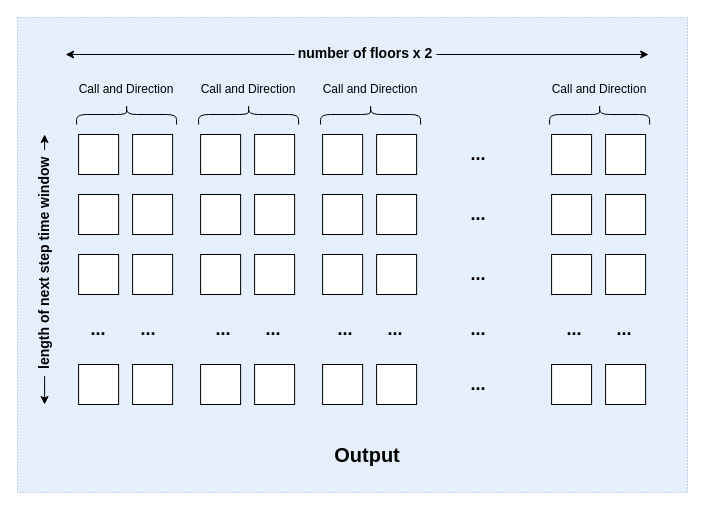
The draw.io diagram page "第 2 页" (2 of 2) of input.drawio in yeeislazy/TCN_based_predictive_idle_elevator_reposition_system, before the edit. Source tidied: cells renumbered, new cells numbered last; positions are measured from the earlier drawing's top-left corner, leaving out a move shared by most shapes. Both pictures are drawn from the tidied source at 100%, with x=0, y=0 at pixel (-70, 17).
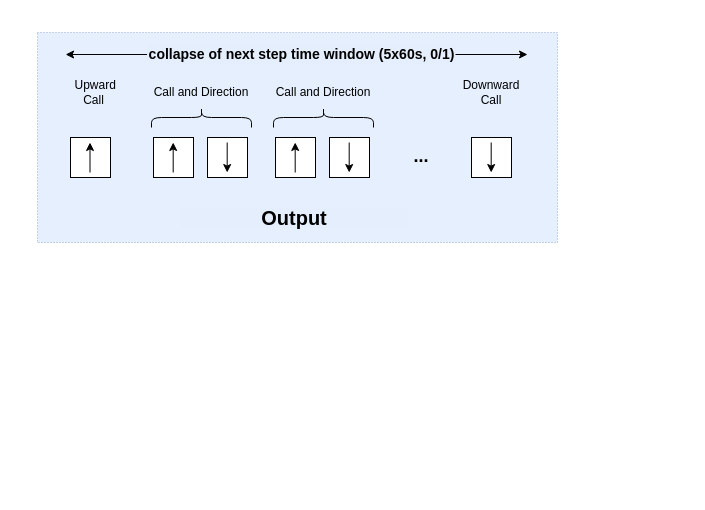
The same page after the edit.

The edit, as a diff of the source:
```diff
@@
     <mxCell id="2" style="rounded=0;whiteSpace=wrap;html=1;fillColor=#dae8fc;strokeColor=#6c8ebf;dashed=1;dashPattern=1 2;opacity=70;" parent="1" vertex="1">
-      <mxGeometry x="87" width="670" height="475" as="geometry" />
+      <mxGeometry x="107" y="15" width="520" height="210" as="geometry" />
     </mxCell>
-    <mxCell id="3" style="whiteSpace=wrap;html=1;" parent="1" vertex="1">
-      <mxGeometry x="148.1" y="117" width="40" height="40" as="geometry" />
-    </mxCell>
-    <mxCell id="4" style="whiteSpace=wrap;html=1;" parent="1" vertex="1">
-      <mxGeometry x="202.1" y="117" width="40" height="40" as="geometry" />
-    </mxCell>
-    <mxCell id="5" style="shape=curlyBracket;whiteSpace=wrap;html=1;rounded=1;labelPosition=left;verticalLabelPosition=middle;align=right;verticalAlign=middle;rotation=90;" parent="1" vertex="1">
-      <mxGeometry x="186.1" y="47" width="20" height="100" as="geometry" />
-    </mxCell>
-    <mxCell id="6" value="Call and Direction" style="text;html=1;whiteSpace=wrap;strokeColor=none;fillColor=none;align=center;verticalAlign=middle;rounded=0;" parent="1" vertex="1">
-      <mxGeometry x="135.1" y="57" width="122" height="30" as="geometry" />
-    </mxCell>
-    <mxCell id="7" style="whiteSpace=wrap;html=1;" parent="1" vertex="1">
-      <mxGeometry x="270.1" y="117" width="40" height="40" as="geometry" />
-    </mxCell>
-    <mxCell id="8" style="whiteSpace=wrap;html=1;" parent="1" vertex="1">
-      <mxGeometry x="324.1" y="117" width="40" height="40" as="geometry" />
-    </mxCell>
-    <mxCell id="9" style="shape=curlyBracket;whiteSpace=wrap;html=1;rounded=1;labelPosition=left;verticalLabelPosition=middle;align=right;verticalAlign=middle;rotation=90;" parent="1" vertex="1">
-      <mxGeometry x="308.1" y="47" width="20" height="100" as="geometry" />
-    </mxCell>
-    <mxCell id="10" value="Call and Direction" style="text;html=1;whiteSpace=wrap;strokeColor=none;fillColor=none;align=center;verticalAlign=middle;rounded=0;" parent="1" vertex="1">
-      <mxGeometry x="257.1" y="57" width="122" height="30" as="geometry" />
-    </mxCell>
-    <mxCell id="11" value="&lt;font style=&quot;font-size: 18px;&quot;&gt;...&lt;/font&gt;" style="text;html=1;whiteSpace=wrap;strokeColor=none;fillColor=none;align=center;verticalAlign=middle;rounded=0;fontStyle=1;" parent="1" vertex="1">
-      <mxGeometry x="518.1" y="122" width="60" height="30" as="geometry" />
-    </mxCell>
-    <mxCell id="12" style="whiteSpace=wrap;html=1;" parent="1" vertex="1">
-      <mxGeometry x="621.1" y="117" width="40" height="40" as="geometry" />
-    </mxCell>
-    <mxCell id="13" style="whiteSpace=wrap;html=1;" parent="1" vertex="1">
-      <mxGeometry x="675.1" y="117" width="40" height="40" as="geometry" />
-    </mxCell>
-    <mxCell id="14" style="shape=curlyBracket;whiteSpace=wrap;html=1;rounded=1;labelPosition=left;verticalLabelPosition=middle;align=right;verticalAlign=middle;rotation=90;" parent="1" vertex="1">
-      <mxGeometry x="659.1" y="47" width="20" height="100" as="geometry" />
-    </mxCell>
-    <mxCell id="15" value="Call and Direction" style="text;html=1;whiteSpace=wrap;strokeColor=none;fillColor=none;align=center;verticalAlign=middle;rounded=0;" parent="1" vertex="1">
-      <mxGeometry x="608.1" y="57" width="122" height="30" as="geometry" />
-    </mxCell>
     <mxCell id="16" style="endArrow=classic;startArrow=classic;html=1;rounded=0;exitX=0;exitY=0;exitDx=0;exitDy=0;" parent="1" edge="1">
       <mxGeometry relative="1" as="geometry">
         <mxPoint x="135.1" y="37" as="sourcePoint" />
-        <mxPoint x="718.1" y="37" as="targetPoint" />
+        <mxPoint x="597" y="37" as="targetPoint" />
       </mxGeometry>
     </mxCell>
-    <mxCell id="17" style="whiteSpace=wrap;html=1;" parent="1" vertex="1">
-      <mxGeometry x="392.1" y="117" width="40" height="40" as="geometry" />
-    </mxCell>
-    <mxCell id="18" style="whiteSpace=wrap;html=1;" parent="1" vertex="1">
-      <mxGeometry x="446.1" y="117" width="40" height="40" as="geometry" />
-    </mxCell>
-    <mxCell id="19" style="shape=curlyBracket;whiteSpace=wrap;html=1;rounded=1;labelPosition=left;verticalLabelPosition=middle;align=right;verticalAlign=middle;rotation=90;" parent="1" vertex="1">
-      <mxGeometry x="430.1" y="47" width="20" height="100" as="geometry" />
-    </mxCell>
-    <mxCell id="20" value="Call and Direction" style="text;html=1;whiteSpace=wrap;strokeColor=none;fillColor=none;align=center;verticalAlign=middle;rounded=0;" parent="1" vertex="1">
-      <mxGeometry x="379.1" y="57" width="122" height="30" as="geometry" />
-    </mxCell>
-    <mxCell id="21" style="whiteSpace=wrap;html=1;" parent="1" vertex="1">
-      <mxGeometry x="148.1" y="177" width="40" height="40" as="geometry" />
-    </mxCell>
-    <mxCell id="22" style="whiteSpace=wrap;html=1;" parent="1" vertex="1">
-      <mxGeometry x="202.1" y="177" width="40" height="40" as="geometry" />
-    </mxCell>
-    <mxCell id="23" style="whiteSpace=wrap;html=1;" parent="1" vertex="1">
-      <mxGeometry x="270.1" y="177" width="40" height="40" as="geometry" />
-    </mxCell>
-    <mxCell id="24" style="whiteSpace=wrap;html=1;" parent="1" vertex="1">
-      <mxGeometry x="324.1" y="177" width="40" height="40" as="geometry" />
-    </mxCell>
-    <mxCell id="25" value="&lt;font style=&quot;font-size: 18px;&quot;&gt;...&lt;/font&gt;" style="text;html=1;whiteSpace=wrap;strokeColor=none;fillColor=none;align=center;verticalAlign=middle;rounded=0;fontStyle=1;" parent="1" vertex="1">
-      <mxGeometry x="518.1" y="182" width="60" height="30" as="geometry" />
-    </mxCell>
-    <mxCell id="26" style="whiteSpace=wrap;html=1;" parent="1" vertex="1">
-      <mxGeometry x="621.1" y="177" width="40" height="40" as="geometry" />
-    </mxCell>
-    <mxCell id="27" style="whiteSpace=wrap;html=1;" parent="1" vertex="1">
-      <mxGeometry x="675.1" y="177" width="40" height="40" as="geometry" />
-    </mxCell>
-    <mxCell id="28" style="whiteSpace=wrap;html=1;" parent="1" vertex="1">
-      <mxGeometry x="392.1" y="177" width="40" height="40" as="geometry" />
-    </mxCell>
-    <mxCell id="29" style="whiteSpace=wrap;html=1;" parent="1" vertex="1">
-      <mxGeometry x="446.1" y="177" width="40" height="40" as="geometry" />
-    </mxCell>
-    <mxCell id="30" style="whiteSpace=wrap;html=1;" parent="1" vertex="1">
-      <mxGeometry x="148.1" y="237" width="40" height="40" as="geometry" />
-    </mxCell>
-    <mxCell id="31" style="whiteSpace=wrap;html=1;" parent="1" vertex="1">
-      <mxGeometry x="202.1" y="237" width="40" height="40" as="geometry" />
-    </mxCell>
-    <mxCell id="32" style="whiteSpace=wrap;html=1;" parent="1" vertex="1">
-      <mxGeometry x="270.1" y="237" width="40" height="40" as="geometry" />
-    </mxCell>
-    <mxCell id="33" style="whiteSpace=wrap;html=1;" parent="1" vertex="1">
-      <mxGeometry x="324.1" y="237" width="40" height="40" as="geometry" />
-    </mxCell>
-    <mxCell id="34" value="&lt;font style=&quot;font-size: 18px;&quot;&gt;...&lt;/font&gt;" style="text;html=1;whiteSpace=wrap;strokeColor=none;fillColor=none;align=center;verticalAlign=middle;rounded=0;fontStyle=1;" parent="1" vertex="1">
-      <mxGeometry x="518.1" y="242" width="60" height="30" as="geometry" />
-    </mxCell>
-    <mxCell id="35" style="whiteSpace=wrap;html=1;" parent="1" vertex="1">
-      <mxGeometry x="621.1" y="237" width="40" height="40" as="geometry" />
-    </mxCell>
-    <mxCell id="36" style="whiteSpace=wrap;html=1;" parent="1" vertex="1">
-      <mxGeometry x="675.1" y="237" width="40" height="40" as="geometry" />
-    </mxCell>
-    <mxCell id="37" style="whiteSpace=wrap;html=1;" parent="1" vertex="1">
-      <mxGeometry x="392.1" y="237" width="40" height="40" as="geometry" />
-    </mxCell>
-    <mxCell id="38" style="whiteSpace=wrap;html=1;" parent="1" vertex="1">
-      <mxGeometry x="446.1" y="237" width="40" height="40" as="geometry" />
-    </mxCell>
-    <mxCell id="39" value="&lt;font style=&quot;font-size: 18px;&quot;&gt;...&lt;/font&gt;" style="text;html=1;whiteSpace=wrap;strokeColor=none;fillColor=none;align=center;verticalAlign=middle;rounded=0;fontStyle=1;" parent="1" vertex="1">
-      <mxGeometry x="138.1" y="297" width="60" height="30" as="geometry" />
-    </mxCell>
-    <mxCell id="40" value="&lt;font style=&quot;font-size: 18px;&quot;&gt;...&lt;/font&gt;" style="text;html=1;whiteSpace=wrap;strokeColor=none;fillColor=none;align=center;verticalAlign=middle;rounded=0;fontStyle=1;" parent="1" vertex="1">
-      <mxGeometry x="188.1" y="297" width="60" height="30" as="geometry" />
-    </mxCell>
-    <mxCell id="41" value="&lt;font style=&quot;font-size: 18px;&quot;&gt;...&lt;/font&gt;" style="text;html=1;whiteSpace=wrap;strokeColor=none;fillColor=none;align=center;verticalAlign=middle;rounded=0;fontStyle=1;" parent="1" vertex="1">
-      <mxGeometry x="263.1" y="297" width="60" height="30" as="geometry" />
-    </mxCell>
-    <mxCell id="42" value="&lt;font style=&quot;font-size: 18px;&quot;&gt;...&lt;/font&gt;" style="text;html=1;whiteSpace=wrap;strokeColor=none;fillColor=none;align=center;verticalAlign=middle;rounded=0;fontStyle=1;" parent="1" vertex="1">
-      <mxGeometry x="313.1" y="297" width="60" height="30" as="geometry" />
-    </mxCell>
-    <mxCell id="43" value="&lt;font style=&quot;font-size: 18px;&quot;&gt;...&lt;/font&gt;" style="text;html=1;whiteSpace=wrap;strokeColor=none;fillColor=none;align=center;verticalAlign=middle;rounded=0;fontStyle=1;" parent="1" vertex="1">
-      <mxGeometry x="385.1" y="297" width="60" height="30" as="geometry" />
-    </mxCell>
-    <mxCell id="44" value="&lt;font style=&quot;font-size: 18px;&quot;&gt;...&lt;/font&gt;" style="text;html=1;whiteSpace=wrap;strokeColor=none;fillColor=none;align=center;verticalAlign=middle;rounded=0;fontStyle=1;" parent="1" vertex="1">
-      <mxGeometry x="435.1" y="297" width="60" height="30" as="geometry" />
-    </mxCell>
-    <mxCell id="45" value="&lt;font style=&quot;font-size: 18px;&quot;&gt;...&lt;/font&gt;" style="text;html=1;whiteSpace=wrap;strokeColor=none;fillColor=none;align=center;verticalAlign=middle;rounded=0;fontStyle=1;" parent="1" vertex="1">
-      <mxGeometry x="614.1" y="297" width="60" height="30" as="geometry" />
-    </mxCell>
-    <mxCell id="46" value="&lt;font style=&quot;font-size: 18px;&quot;&gt;...&lt;/font&gt;" style="text;html=1;whiteSpace=wrap;strokeColor=none;fillColor=none;align=center;verticalAlign=middle;rounded=0;fontStyle=1;" parent="1" vertex="1">
-      <mxGeometry x="664.1" y="297" width="60" height="30" as="geometry" />
-    </mxCell>
-    <mxCell id="47" value="&lt;font style=&quot;font-size: 18px;&quot;&gt;...&lt;/font&gt;" style="text;html=1;whiteSpace=wrap;strokeColor=none;fillColor=none;align=center;verticalAlign=middle;rounded=0;fontStyle=1;" parent="1" vertex="1">
-      <mxGeometry x="518.1" y="297" width="60" height="30" as="geometry" />
-    </mxCell>
-    <mxCell id="48" style="whiteSpace=wrap;html=1;" parent="1" vertex="1">
-      <mxGeometry x="148.1" y="347" width="40" height="40" as="geometry" />
-    </mxCell>
-    <mxCell id="49" style="whiteSpace=wrap;html=1;" parent="1" vertex="1">
-      <mxGeometry x="202.1" y="347" width="40" height="40" as="geometry" />
-    </mxCell>
-    <mxCell id="50" style="whiteSpace=wrap;html=1;" parent="1" vertex="1">
-      <mxGeometry x="270.1" y="347" width="40" height="40" as="geometry" />
-    </mxCell>
-    <mxCell id="51" style="whiteSpace=wrap;html=1;" parent="1" vertex="1">
-      <mxGeometry x="324.1" y="347" width="40" height="40" as="geometry" />
-    </mxCell>
-    <mxCell id="52" value="&lt;font style=&quot;font-size: 18px;&quot;&gt;...&lt;/font&gt;" style="text;html=1;whiteSpace=wrap;strokeColor=none;fillColor=none;align=center;verticalAlign=middle;rounded=0;fontStyle=1;" parent="1" vertex="1">
-      <mxGeometry x="518.1" y="352" width="60" height="30" as="geometry" />
-    </mxCell>
-    <mxCell id="53" style="whiteSpace=wrap;html=1;" parent="1" vertex="1">
-      <mxGeometry x="621.1" y="347" width="40" height="40" as="geometry" />
-    </mxCell>
-    <mxCell id="54" style="whiteSpace=wrap;html=1;" parent="1" vertex="1">
-      <mxGeometry x="675.1" y="347" width="40" height="40" as="geometry" />
-    </mxCell>
-    <mxCell id="55" style="whiteSpace=wrap;html=1;" parent="1" vertex="1">
-      <mxGeometry x="392.1" y="347" width="40" height="40" as="geometry" />
-    </mxCell>
-    <mxCell id="56" style="whiteSpace=wrap;html=1;" parent="1" vertex="1">
-      <mxGeometry x="446.1" y="347" width="40" height="40" as="geometry" />
-    </mxCell>
-    <mxCell id="57" style="endArrow=classic;startArrow=classic;html=1;rounded=0;" parent="1" edge="1">
-      <mxGeometry relative="1" as="geometry">
-        <mxPoint x="114.1" y="117" as="sourcePoint" />
-        <mxPoint x="114.1" y="387" as="targetPoint" />
-      </mxGeometry>
-    </mxCell>
-    <mxCell id="58" value="&lt;b&gt;&lt;font style=&quot;font-size: 14px;&quot;&gt;number of floors x 2&lt;/font&gt;&lt;/b&gt;" style="rounded=0;whiteSpace=wrap;html=1;strokeColor=none;fillColor=light-dark(#e5eefc, #ededed);" parent="1" vertex="1">
-      <mxGeometry x="364.1" y="26" width="141.9" height="20" as="geometry" />
-    </mxCell>
-    <mxCell id="59" value="&lt;b&gt;&lt;font style=&quot;font-size: 14px;&quot;&gt;length of next step time window&lt;/font&gt;&lt;/b&gt;" style="rounded=0;whiteSpace=wrap;html=1;strokeColor=none;rotation=-90;fillColor=light-dark(#e5eefc, #ededed);" parent="1" vertex="1">
-      <mxGeometry x="0.1" y="235.6" width="226.1" height="20" as="geometry" />
-    </mxCell>
     <mxCell id="60" value="&lt;b&gt;&lt;font style=&quot;font-size: 20px;&quot;&gt;Output&lt;/font&gt;&lt;/b&gt;" style="rounded=0;whiteSpace=wrap;html=1;strokeColor=none;rotation=0;fillColor=light-dark(#e5eefc, #ededed);" parent="1" vertex="1">
-      <mxGeometry x="324.1" y="427" width="226.1" height="20" as="geometry" />
+      <mxGeometry x="250.9" y="190" width="226.1" height="20" as="geometry" />
     </mxCell>
+    <mxCell id="61" value="&lt;b&gt;&lt;font style=&quot;font-size: 14px;&quot;&gt;collapse of next step time window (5x60s, 0/1)&lt;/font&gt;&lt;/b&gt;" style="rounded=0;whiteSpace=wrap;html=1;strokeColor=none;rotation=0;fillColor=light-dark(#e5eefc, #ededed);" parent="1" vertex="1">
+      <mxGeometry x="216.5" y="26.5" width="308.5" height="20" as="geometry" />
+    </mxCell>
+    <mxCell id="62" style="group;" parent="1" vertex="1">
+      <mxGeometry x="137" y="60" width="454" height="100" as="geometry" />
+    </mxCell>
+    <mxCell id="63" style="whiteSpace=wrap;html=1;" parent="62" vertex="1">
+      <mxGeometry x="3" y="60" width="40" height="40" as="geometry" />
+    </mxCell>
+    <mxCell id="64" value="&amp;nbsp;Upward Call" style="text;html=1;whiteSpace=wrap;strokeColor=none;fillColor=none;align=center;verticalAlign=middle;rounded=0;" parent="62" vertex="1">
+      <mxGeometry width="53" height="30" as="geometry" />
+    </mxCell>
+    <mxCell id="65" style="whiteSpace=wrap;html=1;" parent="62" vertex="1">
+      <mxGeometry x="86" y="60" width="40" height="40" as="geometry" />
+    </mxCell>
+    <mxCell id="66" style="whiteSpace=wrap;html=1;" parent="62" vertex="1">
+      <mxGeometry x="140" y="60" width="40" height="40" as="geometry" />
+    </mxCell>
+    <mxCell id="67" style="shape=curlyBracket;whiteSpace=wrap;html=1;rounded=1;labelPosition=left;verticalLabelPosition=middle;align=right;verticalAlign=middle;rotation=90;" parent="62" vertex="1">
+      <mxGeometry x="124" y="-10" width="20" height="100" as="geometry" />
+    </mxCell>
+    <mxCell id="68" value="Call and Direction" style="text;html=1;whiteSpace=wrap;strokeColor=none;fillColor=none;align=center;verticalAlign=middle;rounded=0;" parent="62" vertex="1">
+      <mxGeometry x="73" width="122" height="30" as="geometry" />
+    </mxCell>
+    <mxCell id="69" value="&lt;font style=&quot;font-size: 18px;&quot;&gt;...&lt;/font&gt;" style="text;html=1;whiteSpace=wrap;strokeColor=none;fillColor=none;align=center;verticalAlign=middle;rounded=0;fontStyle=1;" parent="62" vertex="1">
+      <mxGeometry x="324" y="64" width="60" height="30" as="geometry" />
+    </mxCell>
+    <mxCell id="70" style="whiteSpace=wrap;html=1;" parent="62" vertex="1">
+      <mxGeometry x="404" y="60" width="40" height="40" as="geometry" />
+    </mxCell>
+    <mxCell id="71" value="Downward Call" style="text;html=1;whiteSpace=wrap;strokeColor=none;fillColor=none;align=center;verticalAlign=middle;rounded=0;" parent="62" vertex="1">
+      <mxGeometry x="394" width="60" height="30" as="geometry" />
+    </mxCell>
+    <mxCell id="72" style="whiteSpace=wrap;html=1;" parent="62" vertex="1">
+      <mxGeometry x="208" y="60" width="40" height="40" as="geometry" />
+    </mxCell>
+    <mxCell id="73" style="whiteSpace=wrap;html=1;" parent="62" vertex="1">
+      <mxGeometry x="262" y="60" width="40" height="40" as="geometry" />
+    </mxCell>
+    <mxCell id="74" style="shape=curlyBracket;whiteSpace=wrap;html=1;rounded=1;labelPosition=left;verticalLabelPosition=middle;align=right;verticalAlign=middle;rotation=90;" parent="62" vertex="1">
+      <mxGeometry x="246" y="-10" width="20" height="100" as="geometry" />
+    </mxCell>
+    <mxCell id="75" value="Call and Direction" style="text;html=1;whiteSpace=wrap;strokeColor=none;fillColor=none;align=center;verticalAlign=middle;rounded=0;" parent="62" vertex="1">
+      <mxGeometry x="195" width="122" height="30" as="geometry" />
+    </mxCell>
+    <mxCell id="76" style="endArrow=classic;html=1;rounded=0;" parent="62" edge="1">
+      <mxGeometry relative="1" as="geometry">
+        <mxPoint x="22.5" y="95" as="sourcePoint" />
+        <mxPoint x="22.5" y="65" as="targetPoint" />
+      </mxGeometry>
+    </mxCell>
+    <mxCell id="77" style="endArrow=classic;html=1;rounded=0;" parent="62" edge="1">
+      <mxGeometry relative="1" as="geometry">
+        <mxPoint x="105.7" y="95" as="sourcePoint" />
+        <mxPoint x="105.7" y="65" as="targetPoint" />
+      </mxGeometry>
+    </mxCell>
+    <mxCell id="78" style="endArrow=classic;html=1;rounded=0;" parent="62" edge="1">
+      <mxGeometry relative="1" as="geometry">
+        <mxPoint x="227.7" y="95" as="sourcePoint" />
+        <mxPoint x="227.7" y="65" as="targetPoint" />
+      </mxGeometry>
+    </mxCell>
+    <mxCell id="79" style="endArrow=classic;html=1;rounded=0;" parent="62" edge="1">
+      <mxGeometry relative="1" as="geometry">
+        <mxPoint x="159.7" y="65" as="sourcePoint" />
+        <mxPoint x="159.7" y="95" as="targetPoint" />
+      </mxGeometry>
+    </mxCell>
+    <mxCell id="80" style="endArrow=classic;html=1;rounded=0;" parent="62" edge="1">
+      <mxGeometry relative="1" as="geometry">
+        <mxPoint x="423.7" y="65" as="sourcePoint" />
+        <mxPoint x="423.7" y="95" as="targetPoint" />
+      </mxGeometry>
+    </mxCell>
+    <mxCell id="81" style="endArrow=classic;html=1;rounded=0;" parent="62" edge="1">
+      <mxGeometry relative="1" as="geometry">
+        <mxPoint x="281.7" y="65" as="sourcePoint" />
+        <mxPoint x="281.7" y="95" as="targetPoint" />
+      </mxGeometry>
+    </mxCell>
```
